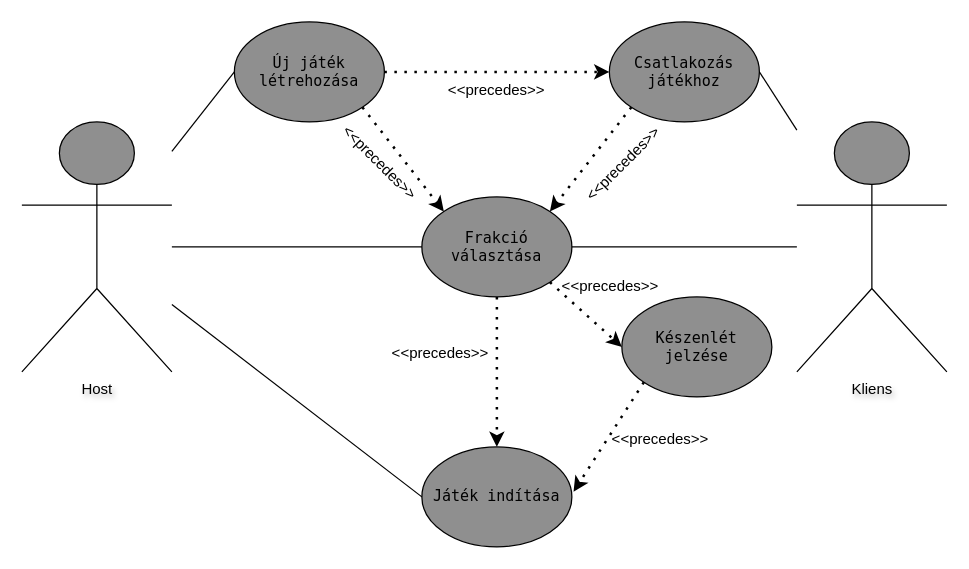
This is page "UseCase_GameCreation" (2 of 14) of Documents/Diagram/Thesis.drawio from GrG0312/Szakdolgozat, a draw.io file, before an edit. Source tidied: cells renumbered, new cells numbered last; positions are measured from the earlier drawing's top-left corner, leaving out a move shared by most shapes. Both pictures are drawn from the tidied source at 125%, with x=0, y=0 at pixel (21, 21).
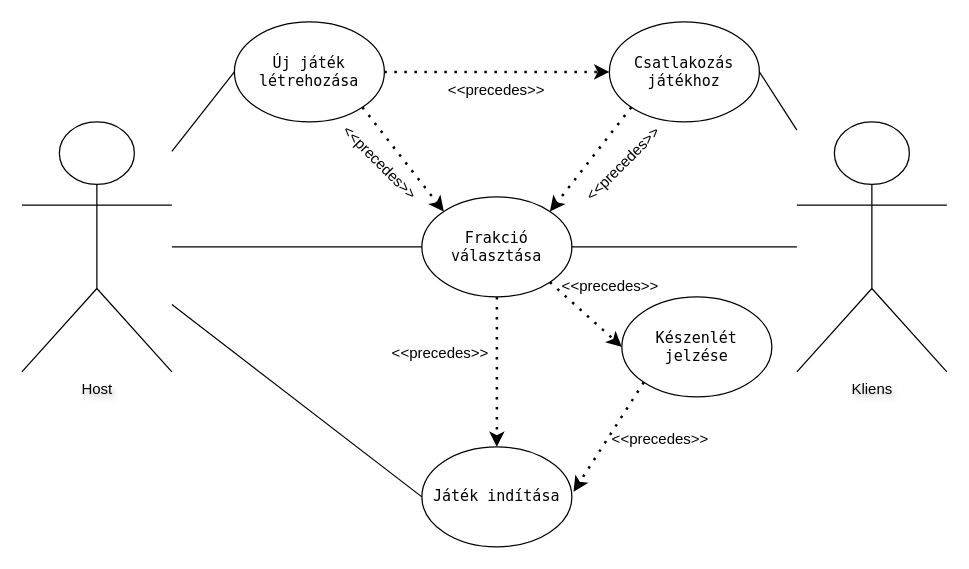
After the change.

The edit, as a diff of the source:
```diff
@@
-    <mxCell id="2" value="Frakció választása" style="ellipse;whiteSpace=wrap;html=1;fontFamily=Lucida Console;fontSize=12;textShadow=0;gradientColor=none;fillColor=#8f8f8f;spacingLeft=5;spacingRight=5;" parent="1" vertex="1">
+    <mxCell id="2" value="Frakció választása" style="ellipse;whiteSpace=wrap;html=1;fontFamily=Lucida Console;fontSize=12;textShadow=0;spacingLeft=5;spacingRight=5;labelBackgroundColor=none;" parent="1" vertex="1">
       <mxGeometry x="320" y="140" width="120" height="80" as="geometry" />
     </mxCell>
-    <mxCell id="3" value="Host" style="shape=umlActor;verticalLabelPosition=bottom;verticalAlign=top;html=1;outlineConnect=0;gradientColor=none;fillColor=#8f8f8f;textShadow=1;labelBorderColor=none;labelBackgroundColor=none;" parent="1" vertex="1">
+    <mxCell id="3" value="Host" style="shape=umlActor;verticalLabelPosition=bottom;verticalAlign=top;html=1;outlineConnect=0;textShadow=1;labelBorderColor=none;labelBackgroundColor=none;" parent="1" vertex="1">
       <mxGeometry y="80" width="120" height="200" as="geometry" />
     </mxCell>
-    <mxCell id="4" value="Új játék létrehozása" style="ellipse;whiteSpace=wrap;html=1;fontFamily=Lucida Console;fontSize=12;textShadow=0;gradientColor=none;fillColor=#8f8f8f;spacingLeft=5;spacingRight=5;" parent="1" vertex="1">
+    <mxCell id="4" value="Új játék létrehozása" style="ellipse;whiteSpace=wrap;html=1;fontFamily=Lucida Console;fontSize=12;textShadow=0;spacingLeft=5;spacingRight=5;labelBackgroundColor=none;" parent="1" vertex="1">
       <mxGeometry x="170" width="120" height="80" as="geometry" />
     </mxCell>
-    <mxCell id="5" value="Csatlakozás játékhoz" style="ellipse;whiteSpace=wrap;html=1;fontFamily=Lucida Console;fontSize=12;textShadow=0;gradientColor=none;fillColor=#8f8f8f;spacingLeft=5;spacingRight=5;" parent="1" vertex="1">
+    <mxCell id="5" value="Csatlakozás játékhoz" style="ellipse;whiteSpace=wrap;html=1;fontFamily=Lucida Console;fontSize=12;textShadow=0;spacingLeft=5;spacingRight=5;labelBackgroundColor=none;" parent="1" vertex="1">
       <mxGeometry x="470" width="120" height="80" as="geometry" />
     </mxCell>
-    <mxCell id="6" style="endArrow=none;html=1;rounded=0;endFill=0;entryX=0;entryY=0.5;entryDx=0;entryDy=0;" parent="1" edge="1" source="3" target="4">
+    <mxCell id="6" style="endArrow=none;html=1;rounded=0;endFill=0;entryX=0;entryY=0.5;entryDx=0;entryDy=0;labelBackgroundColor=none;fontColor=default;" parent="1" edge="1" source="3" target="4">
       <mxGeometry relative="1" as="geometry" />
     </mxCell>
-    <mxCell id="7" style="endArrow=classic;dashed=1;html=1;dashPattern=1 3;strokeWidth=2;rounded=0;exitX=1;exitY=1;exitDx=0;exitDy=0;entryX=0;entryY=0;entryDx=0;entryDy=0;endFill=1;" parent="1" edge="1" source="4" target="2">
+    <mxCell id="7" style="endArrow=classic;dashed=1;html=1;dashPattern=1 3;strokeWidth=2;rounded=0;exitX=1;exitY=1;exitDx=0;exitDy=0;entryX=0;entryY=0;entryDx=0;entryDy=0;endFill=1;labelBackgroundColor=none;fontColor=default;" parent="1" edge="1" source="4" target="2">
       <mxGeometry relative="1" as="geometry" />
     </mxCell>
-    <mxCell id="8" style="endArrow=classic;dashed=1;html=1;dashPattern=1 3;strokeWidth=2;rounded=0;exitX=0;exitY=1;exitDx=0;exitDy=0;entryX=1;entryY=0;entryDx=0;entryDy=0;endFill=1;" parent="1" edge="1" source="5" target="2">
+    <mxCell id="8" style="endArrow=classic;dashed=1;html=1;dashPattern=1 3;strokeWidth=2;rounded=0;exitX=0;exitY=1;exitDx=0;exitDy=0;entryX=1;entryY=0;entryDx=0;entryDy=0;endFill=1;labelBackgroundColor=none;fontColor=default;" parent="1" edge="1" source="5" target="2">
       <mxGeometry relative="1" as="geometry" />
     </mxCell>
-    <mxCell id="9" value="&amp;lt;&amp;lt;precedes&amp;gt;&amp;gt;" style="text;html=1;align=center;verticalAlign=middle;whiteSpace=wrap;rounded=0;rotation=45;" parent="1" vertex="1">
+    <mxCell id="9" value="&amp;lt;&amp;lt;precedes&amp;gt;&amp;gt;" style="text;html=1;align=center;verticalAlign=middle;whiteSpace=wrap;rounded=0;rotation=45;labelBackgroundColor=none;" parent="1" vertex="1">
       <mxGeometry x="253" y="100" width="67" height="26" as="geometry" />
     </mxCell>
-    <mxCell id="10" style="endArrow=none;html=1;rounded=0;endFill=0;entryX=0;entryY=0.5;entryDx=0;entryDy=0;" parent="1" edge="1" source="3" target="2">
+    <mxCell id="10" style="endArrow=none;html=1;rounded=0;endFill=0;entryX=0;entryY=0.5;entryDx=0;entryDy=0;labelBackgroundColor=none;fontColor=default;" parent="1" edge="1" source="3" target="2">
       <mxGeometry relative="1" as="geometry" />
     </mxCell>
-    <mxCell id="11" value="&amp;lt;&amp;lt;precedes&amp;gt;&amp;gt;" style="text;html=1;align=center;verticalAlign=middle;whiteSpace=wrap;rounded=0;rotation=-45;" parent="1" vertex="1">
+    <mxCell id="11" value="&amp;lt;&amp;lt;precedes&amp;gt;&amp;gt;" style="text;html=1;align=center;verticalAlign=middle;whiteSpace=wrap;rounded=0;rotation=-45;labelBackgroundColor=none;" parent="1" vertex="1">
       <mxGeometry x="450" y="100" width="62" height="27" as="geometry" />
     </mxCell>
-    <mxCell id="12" value="Kliens" style="shape=umlActor;verticalLabelPosition=bottom;verticalAlign=top;html=1;outlineConnect=0;gradientColor=none;fillColor=#8f8f8f;textShadow=1;labelBorderColor=none;labelBackgroundColor=none;" parent="1" vertex="1">
+    <mxCell id="12" value="Kliens" style="shape=umlActor;verticalLabelPosition=bottom;verticalAlign=top;html=1;outlineConnect=0;textShadow=1;labelBorderColor=none;labelBackgroundColor=none;" parent="1" vertex="1">
       <mxGeometry x="620" y="80" width="120" height="200" as="geometry" />
     </mxCell>
-    <mxCell id="13" style="endArrow=none;html=1;rounded=0;endFill=0;entryX=1;entryY=0.5;entryDx=0;entryDy=0;" parent="1" edge="1" source="12" target="2">
+    <mxCell id="13" style="endArrow=none;html=1;rounded=0;endFill=0;entryX=1;entryY=0.5;entryDx=0;entryDy=0;labelBackgroundColor=none;fontColor=default;" parent="1" edge="1" source="12" target="2">
       <mxGeometry relative="1" as="geometry" />
     </mxCell>
-    <mxCell id="14" style="endArrow=none;html=1;rounded=0;endFill=0;entryX=1;entryY=0.5;entryDx=0;entryDy=0;" parent="1" edge="1" source="12" target="5">
+    <mxCell id="14" style="endArrow=none;html=1;rounded=0;endFill=0;entryX=1;entryY=0.5;entryDx=0;entryDy=0;labelBackgroundColor=none;fontColor=default;" parent="1" edge="1" source="12" target="5">
       <mxGeometry relative="1" as="geometry" />
     </mxCell>
-    <mxCell id="15" style="endArrow=classic;dashed=1;html=1;dashPattern=1 3;strokeWidth=2;rounded=0;exitX=1;exitY=0.5;exitDx=0;exitDy=0;entryX=0;entryY=0.5;entryDx=0;entryDy=0;endFill=1;" parent="1" edge="1" source="4" target="5">
+    <mxCell id="15" style="endArrow=classic;dashed=1;html=1;dashPattern=1 3;strokeWidth=2;rounded=0;exitX=1;exitY=0.5;exitDx=0;exitDy=0;entryX=0;entryY=0.5;entryDx=0;entryDy=0;endFill=1;labelBackgroundColor=none;fontColor=default;" parent="1" edge="1" source="4" target="5">
       <mxGeometry relative="1" as="geometry" />
     </mxCell>
-    <mxCell id="16" value="&amp;lt;&amp;lt;precedes&amp;gt;&amp;gt;" style="text;html=1;align=center;verticalAlign=middle;whiteSpace=wrap;rounded=0;rotation=0;" parent="1" vertex="1">
+    <mxCell id="16" value="&amp;lt;&amp;lt;precedes&amp;gt;&amp;gt;" style="text;html=1;align=center;verticalAlign=middle;whiteSpace=wrap;rounded=0;rotation=0;labelBackgroundColor=none;" parent="1" vertex="1">
       <mxGeometry x="335" y="40" width="90" height="30" as="geometry" />
     </mxCell>
-    <mxCell id="17" value="Játék indítása" style="ellipse;whiteSpace=wrap;html=1;fontFamily=Lucida Console;fontSize=12;textShadow=0;gradientColor=none;fillColor=#8f8f8f;spacingLeft=5;spacingRight=5;" parent="1" vertex="1">
+    <mxCell id="17" value="Játék indítása" style="ellipse;whiteSpace=wrap;html=1;fontFamily=Lucida Console;fontSize=12;textShadow=0;spacingLeft=5;spacingRight=5;labelBackgroundColor=none;" parent="1" vertex="1">
       <mxGeometry x="320" y="340" width="120" height="80" as="geometry" />
     </mxCell>
-    <mxCell id="18" style="endArrow=classic;dashed=1;html=1;dashPattern=1 3;strokeWidth=2;rounded=0;entryX=0.5;entryY=0;entryDx=0;entryDy=0;endFill=1;" parent="1" edge="1" source="2" target="17">
+    <mxCell id="18" style="endArrow=classic;dashed=1;html=1;dashPattern=1 3;strokeWidth=2;rounded=0;entryX=0.5;entryY=0;entryDx=0;entryDy=0;endFill=1;labelBackgroundColor=none;fontColor=default;" parent="1" edge="1" source="2" target="17">
       <mxGeometry relative="1" as="geometry" />
     </mxCell>
-    <mxCell id="19" value="&amp;lt;&amp;lt;precedes&amp;gt;&amp;gt;" style="text;html=1;align=center;verticalAlign=middle;whiteSpace=wrap;rounded=0;rotation=0;" parent="1" vertex="1">
+    <mxCell id="19" value="&amp;lt;&amp;lt;precedes&amp;gt;&amp;gt;" style="text;html=1;align=center;verticalAlign=middle;whiteSpace=wrap;rounded=0;rotation=0;labelBackgroundColor=none;" parent="1" vertex="1">
       <mxGeometry x="290" y="250" width="90" height="30" as="geometry" />
     </mxCell>
-    <mxCell id="20" style="endArrow=none;html=1;rounded=0;endFill=0;entryX=0;entryY=0.5;entryDx=0;entryDy=0;" parent="1" edge="1" source="3" target="17">
+    <mxCell id="20" style="endArrow=none;html=1;rounded=0;endFill=0;entryX=0;entryY=0.5;entryDx=0;entryDy=0;labelBackgroundColor=none;fontColor=default;" parent="1" edge="1" source="3" target="17">
       <mxGeometry relative="1" as="geometry" />
     </mxCell>
-    <mxCell id="21" value="Készenlét jelzése" style="ellipse;whiteSpace=wrap;html=1;fontFamily=Lucida Console;fontSize=12;textShadow=0;gradientColor=none;fillColor=#8f8f8f;spacingLeft=5;spacingRight=5;" parent="1" vertex="1">
+    <mxCell id="21" value="Készenlét jelzése" style="ellipse;whiteSpace=wrap;html=1;fontFamily=Lucida Console;fontSize=12;textShadow=0;spacingLeft=5;spacingRight=5;labelBackgroundColor=none;" parent="1" vertex="1">
       <mxGeometry x="480" y="220" width="120" height="80" as="geometry" />
     </mxCell>
-    <mxCell id="22" style="endArrow=classic;dashed=1;html=1;dashPattern=1 3;strokeWidth=2;rounded=0;exitX=1;exitY=1;exitDx=0;exitDy=0;entryX=0;entryY=0.5;entryDx=0;entryDy=0;endFill=1;" parent="1" edge="1" source="2" target="21">
+    <mxCell id="22" style="endArrow=classic;dashed=1;html=1;dashPattern=1 3;strokeWidth=2;rounded=0;exitX=1;exitY=1;exitDx=0;exitDy=0;entryX=0;entryY=0.5;entryDx=0;entryDy=0;endFill=1;labelBackgroundColor=none;fontColor=default;" parent="1" edge="1" source="2" target="21">
       <mxGeometry relative="1" as="geometry" />
     </mxCell>
-    <mxCell id="23" value="&amp;lt;&amp;lt;precedes&amp;gt;&amp;gt;" style="text;html=1;align=center;verticalAlign=middle;whiteSpace=wrap;rounded=0;rotation=0;" parent="1" vertex="1">
+    <mxCell id="23" value="&amp;lt;&amp;lt;precedes&amp;gt;&amp;gt;" style="text;html=1;align=center;verticalAlign=middle;whiteSpace=wrap;rounded=0;rotation=0;labelBackgroundColor=none;" parent="1" vertex="1">
       <mxGeometry x="440" y="198" width="62" height="27" as="geometry" />
     </mxCell>
-    <mxCell id="24" style="endArrow=classic;dashed=1;html=1;dashPattern=1 3;strokeWidth=2;rounded=0;exitX=0;exitY=1;exitDx=0;exitDy=0;entryX=1.011;entryY=0.449;entryDx=0;entryDy=0;endFill=1;entryPerimeter=0;" parent="1" edge="1" source="21" target="17">
+    <mxCell id="24" style="endArrow=classic;dashed=1;html=1;dashPattern=1 3;strokeWidth=2;rounded=0;exitX=0;exitY=1;exitDx=0;exitDy=0;entryX=1.011;entryY=0.449;entryDx=0;entryDy=0;endFill=1;entryPerimeter=0;labelBackgroundColor=none;fontColor=default;" parent="1" edge="1" source="21" target="17">
       <mxGeometry relative="1" as="geometry" />
     </mxCell>
-    <mxCell id="25" value="&amp;lt;&amp;lt;precedes&amp;gt;&amp;gt;" style="text;html=1;align=center;verticalAlign=middle;whiteSpace=wrap;rounded=0;rotation=0;" parent="1" vertex="1">
+    <mxCell id="25" value="&amp;lt;&amp;lt;precedes&amp;gt;&amp;gt;" style="text;html=1;align=center;verticalAlign=middle;whiteSpace=wrap;rounded=0;rotation=0;labelBackgroundColor=none;" parent="1" vertex="1">
       <mxGeometry x="480" y="320" width="62" height="27" as="geometry" />
     </mxCell>
```
